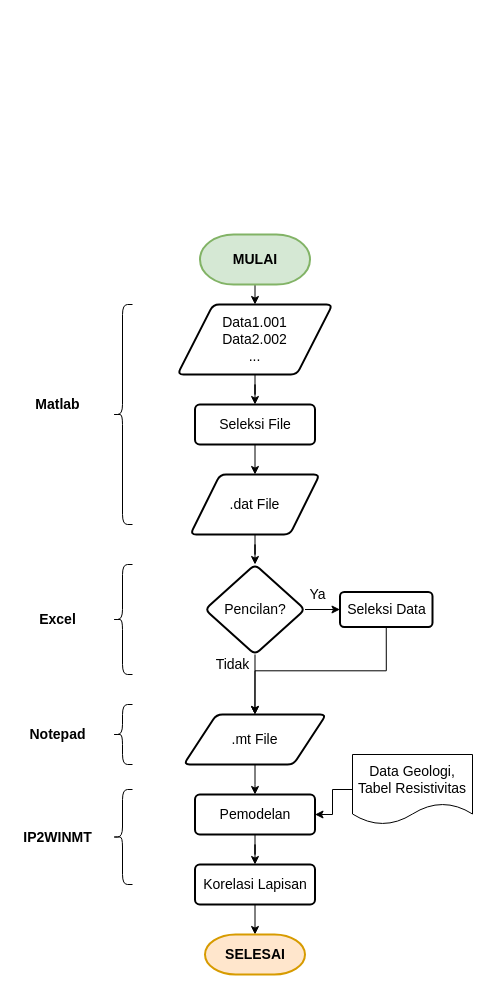
The draw.io diagram Untitled Diagram.drawio in SaefullAlam/Belajar, before the edit. Source tidied: cells renumbered, new cells numbered last; positions are measured from the earlier drawing's top-left corner, leaving out a move shared by most shapes. Both pictures are drawn from the tidied source at 100%, with x=0, y=0 at pixel (17, 234).
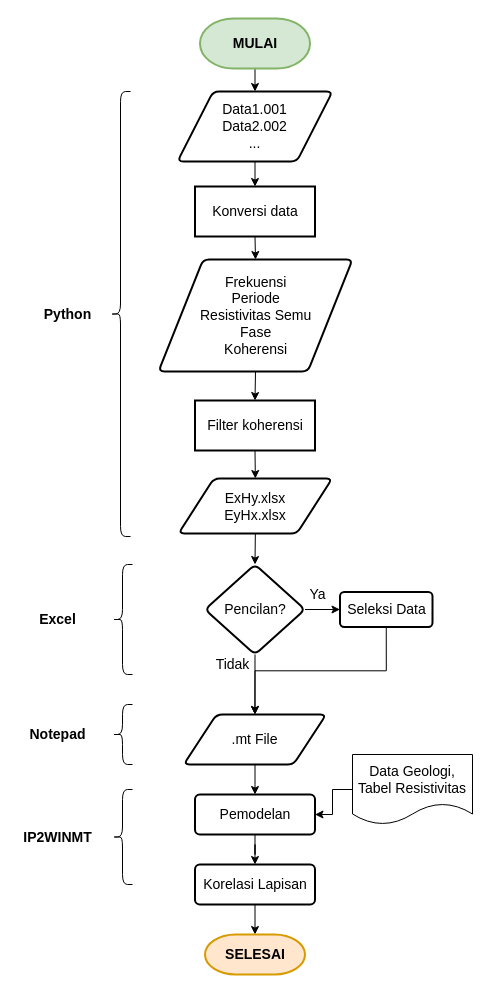
The same page after the edit.

The change refers to these unchanged cells:
```xml
<mxCell id="16" value="Pencilan?" style="rhombus;whiteSpace=wrap;html=1;fontSize=14;strokeWidth=2;rounded=1;arcSize=12;" parent="1" vertex="1">
  <mxGeometry x="187.5" y="330" width="100" height="90" as="geometry" />
</mxCell>
```

The edit, as a diff of the source:
```diff
@@
     <mxCell id="3" value="MULAI" style="strokeWidth=2;html=1;shape=mxgraph.flowchart.terminator;whiteSpace=wrap;fontSize=14;fillColor=#d5e8d4;strokeColor=#82b366;fontStyle=1;" parent="1" vertex="1">
-      <mxGeometry x="182.5" width="110" height="50" as="geometry" />
+      <mxGeometry x="182.5" y="-216" width="110" height="50" as="geometry" />
     </mxCell>
-    <mxCell id="4" style="edgeStyle=orthogonalEdgeStyle;rounded=0;jettySize=auto;html=1;fontSize=14;" parent="1" edge="1" source="5" target="7">
-      <mxGeometry relative="1" as="geometry" />
-    </mxCell>
+    <mxCell id="34" style="edgeStyle=orthogonalEdgeStyle;rounded=0;jettySize=auto;html=1;exitX=0.5;exitY=1;exitDx=0;exitDy=0;entryX=0.5;entryY=0;entryDx=0;entryDy=0;fontSize=14;" parent="1" edge="1" source="5" target="38">
+      <mxGeometry relative="1" as="geometry" />
+    </mxCell>
     <mxCell id="5" value="Data1.001&lt;br&gt;Data2.002&lt;br&gt;..." style="shape=parallelogram;html=1;strokeWidth=2;perimeter=parallelogramPerimeter;whiteSpace=wrap;rounded=1;arcSize=12;size=0.23;fontSize=14;" parent="1" vertex="1">
-      <mxGeometry x="160" y="70" width="155" height="70" as="geometry" />
+      <mxGeometry x="160" y="-143" width="155" height="70" as="geometry" />
     </mxCell>
-    <mxCell id="6" style="edgeStyle=orthogonalEdgeStyle;rounded=0;jettySize=auto;html=1;exitX=0.5;exitY=1;exitDx=0;exitDy=0;entryX=0.5;entryY=0;entryDx=0;entryDy=0;fontSize=14;" parent="1" edge="1" source="7" target="9">
-      <mxGeometry relative="1" as="geometry" />
-    </mxCell>
-    <mxCell id="7" value="Seleksi File" style="whiteSpace=wrap;html=1;fontSize=14;strokeWidth=2;rounded=1;arcSize=12;" parent="1" vertex="1">
-      <mxGeometry x="177.5" y="170" width="120" height="40" as="geometry" />
-    </mxCell>
-    <mxCell id="8" style="edgeStyle=orthogonalEdgeStyle;rounded=0;jettySize=auto;html=1;fontSize=14;" parent="1" edge="1" source="9" target="16">
-      <mxGeometry relative="1" as="geometry" />
-    </mxCell>
-    <mxCell id="9" value=".dat File" style="shape=parallelogram;html=1;strokeWidth=2;perimeter=parallelogramPerimeter;whiteSpace=wrap;rounded=1;arcSize=12;size=0.23;fontSize=14;" parent="1" vertex="1">
-      <mxGeometry x="172.8" y="240" width="129.4" height="60" as="geometry" />
-    </mxCell>
@@
     <mxCell id="23" style="shape=curlyBracket;whiteSpace=wrap;html=1;rounded=1;fontSize=14;" parent="1" vertex="1">
-      <mxGeometry x="95" y="70" width="20" height="220" as="geometry" />
+      <mxGeometry x="93" y="-143" width="20" height="445" as="geometry" />
     </mxCell>
-    <mxCell id="24" value="Matlab" style="text;html=1;align=center;verticalAlign=middle;fillColor=none;strokeColor=none;rounded=0;fontSize=14;fontStyle=1;" parent="1" vertex="1">
-      <mxGeometry x="10" y="160" width="60" height="20" as="geometry" />
+    <mxCell id="24" value="Python" style="text;html=1;align=center;verticalAlign=middle;fillColor=none;strokeColor=none;rounded=0;fontSize=14;fontStyle=1;" parent="1" vertex="1">
+      <mxGeometry x="20" y="69.5" width="60" height="20" as="geometry" />
     </mxCell>
@@
+    <mxCell id="35" style="edgeStyle=orthogonalEdgeStyle;rounded=0;jettySize=auto;html=1;exitX=0.5;exitY=1;exitDx=0;exitDy=0;entryX=0.5;entryY=0;entryDx=0;entryDy=0;fontSize=14;" parent="1" edge="1" source="36" target="42">
+      <mxGeometry relative="1" as="geometry" />
+    </mxCell>
+    <mxCell id="36" value="Filter koherensi" style="rounded=0;whiteSpace=wrap;html=1;gradientColor=none;strokeWidth=2;fontSize=14;" parent="1" vertex="1">
+      <mxGeometry x="177.5" y="166" width="120" height="50" as="geometry" />
+    </mxCell>
+    <mxCell id="37" style="edgeStyle=orthogonalEdgeStyle;rounded=0;jettySize=auto;html=1;exitX=0.5;exitY=1;exitDx=0;exitDy=0;entryX=0.5;entryY=0;entryDx=0;entryDy=0;fontSize=14;" parent="1" edge="1" source="38" target="40">
+      <mxGeometry relative="1" as="geometry" />
+    </mxCell>
+    <mxCell id="38" value="Konversi data" style="rounded=0;whiteSpace=wrap;html=1;gradientColor=none;strokeWidth=2;fontSize=14;" parent="1" vertex="1">
+      <mxGeometry x="177.5" y="-48" width="120" height="50" as="geometry" />
+    </mxCell>
+    <mxCell id="39" style="edgeStyle=orthogonalEdgeStyle;rounded=0;jettySize=auto;html=1;exitX=0.5;exitY=1;exitDx=0;exitDy=0;entryX=0.5;entryY=0;entryDx=0;entryDy=0;fontSize=14;" parent="1" edge="1" source="40" target="36">
+      <mxGeometry relative="1" as="geometry" />
+    </mxCell>
+    <mxCell id="40" value="&lt;blockquote style=&quot;margin: 0 0 0 40px ; border: none ; padding: 0px&quot;&gt;&lt;div style=&quot;text-align: center&quot;&gt;&lt;span&gt;Frekuensi&lt;/span&gt;&lt;/div&gt;&lt;span&gt;&lt;div style=&quot;text-align: center&quot;&gt;&lt;span&gt;Periode&lt;/span&gt;&lt;/div&gt;&lt;/span&gt;&lt;span&gt;&lt;div style=&quot;text-align: center&quot;&gt;&lt;span&gt;Resistivitas Semu&lt;/span&gt;&lt;/div&gt;&lt;/span&gt;&lt;span&gt;&lt;div style=&quot;text-align: center&quot;&gt;&lt;span&gt;Fase&lt;/span&gt;&lt;/div&gt;&lt;/span&gt;&lt;span&gt;&lt;div style=&quot;text-align: center&quot;&gt;&lt;span&gt;Koherensi&lt;/span&gt;&lt;/div&gt;&lt;/span&gt;&lt;/blockquote&gt;" style="shape=parallelogram;html=1;strokeWidth=2;perimeter=parallelogramPerimeter;whiteSpace=wrap;rounded=1;arcSize=12;size=0.23;fontSize=14;align=left;" parent="1" vertex="1">
+      <mxGeometry x="141" y="25" width="194" height="112" as="geometry" />
+    </mxCell>
+    <mxCell id="41" style="edgeStyle=orthogonalEdgeStyle;rounded=0;jettySize=auto;html=1;exitX=0.5;exitY=1;exitDx=0;exitDy=0;entryX=0.5;entryY=0;entryDx=0;entryDy=0;fontSize=14;" parent="1" edge="1" source="42" target="16">
+      <mxGeometry relative="1" as="geometry" />
+    </mxCell>
+    <mxCell id="42" value="ExHy.xlsx&lt;br&gt;EyHx.xlsx" style="shape=parallelogram;html=1;strokeWidth=2;perimeter=parallelogramPerimeter;whiteSpace=wrap;rounded=1;arcSize=12;size=0.23;fontSize=14;" parent="1" vertex="1">
+      <mxGeometry x="161" y="244" width="153.7" height="55" as="geometry" />
+    </mxCell>
```
